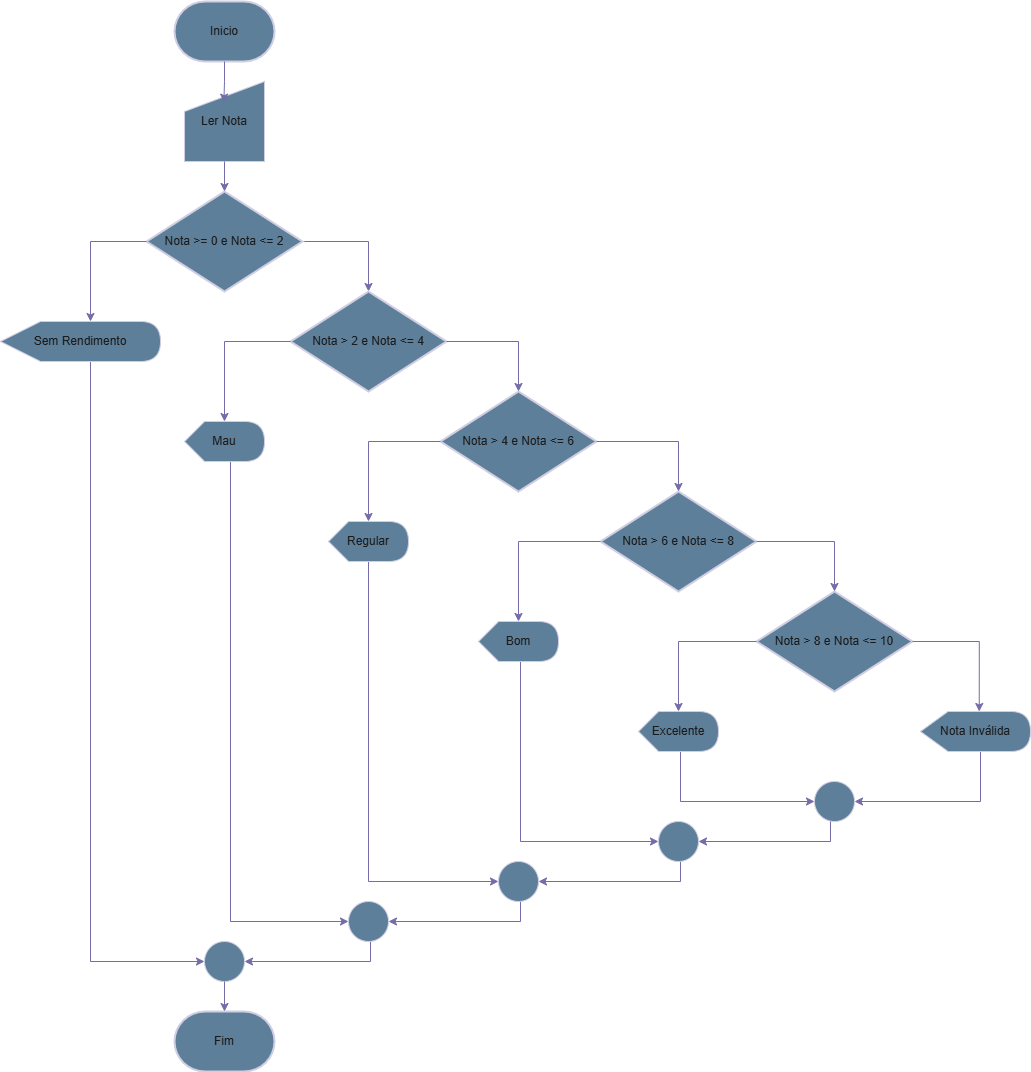
This is Diagramas/exercicios23.drawio.png from andrew-cdia/algoritmos-lista1, a draw.io export, as it was before one commit. Source tidied: cells renumbered, new cells last; positions are measured from the earlier drawing's top-left corner, leaving out a move shared by most shapes.
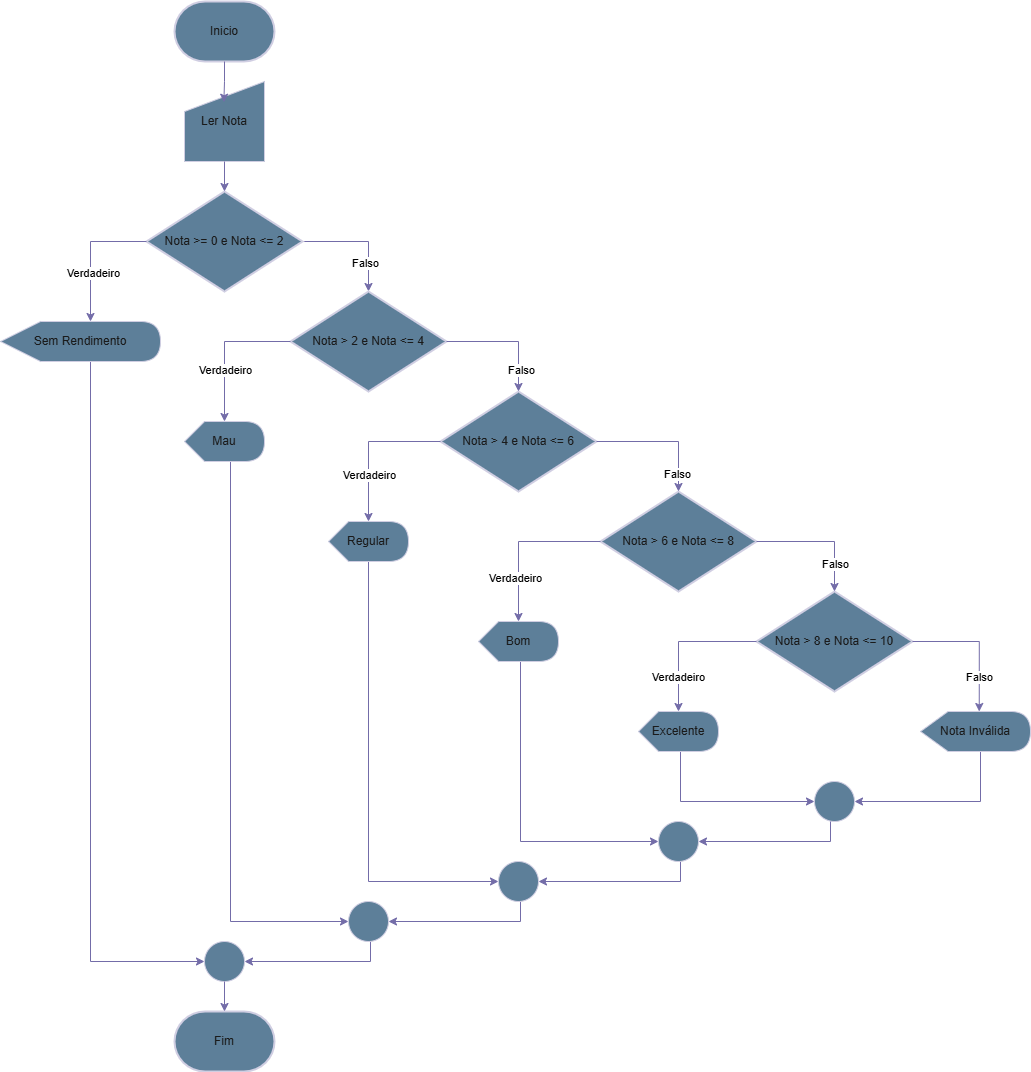
The same file after the commit.

What changed in the source:
```diff
@@ -18,6 +18,9 @@
         </Array>
       </mxGeometry>
     </mxCell>
+    <mxCell id="44" value="Falso" style="edgeLabel;html=1;align=center;verticalAlign=middle;" parent="5" vertex="1">
+      <mxGeometry x="0.5" y="-4" relative="1" as="geometry" />
+    </mxCell>
     <mxCell id="6" value="Nota &amp;gt;= 0 e Nota &amp;lt;= 2" style="strokeWidth=2;html=1;shape=mxgraph.flowchart.decision;whiteSpace=wrap;labelBackgroundColor=none;fillColor=#5D7F99;strokeColor=#D0CEE2;fontColor=#1A1A1A;" parent="1" vertex="1">
       <mxGeometry x="146" y="190" width="156" height="100" as="geometry" />
     </mxCell>
@@ -96,6 +99,9 @@
     <mxCell id="23" style="edgeStyle=orthogonalEdgeStyle;rounded=0;jettySize=auto;html=1;entryX=0;entryY=0;entryDx=40;entryDy=0;entryPerimeter=0;labelBackgroundColor=none;strokeColor=#736CA8;fontColor=default;" parent="1" edge="1" source="10" target="20">
       <mxGeometry relative="1" as="geometry" />
     </mxCell>
+    <mxCell id="45" value="Verdadeiro" style="edgeLabel;html=1;align=center;verticalAlign=middle;" parent="23" vertex="1">
+      <mxGeometry x="0.52" y="-1" relative="1" as="geometry" />
+    </mxCell>
     <mxCell id="24" style="edgeStyle=orthogonalEdgeStyle;rounded=0;jettySize=auto;html=1;entryX=0.5;entryY=0;entryDx=0;entryDy=0;entryPerimeter=0;labelBackgroundColor=none;strokeColor=#736CA8;fontColor=default;" parent="1" edge="1" source="9" target="10">
       <mxGeometry relative="1" as="geometry">
         <Array as="points">
@@ -103,9 +109,15 @@
         </Array>
       </mxGeometry>
     </mxCell>
+    <mxCell id="46" value="Falso" style="edgeLabel;html=1;align=center;verticalAlign=middle;" parent="24" vertex="1">
+      <mxGeometry x="0.56" relative="1" as="geometry" />
+    </mxCell>
     <mxCell id="25" style="edgeStyle=orthogonalEdgeStyle;rounded=0;jettySize=auto;html=1;entryX=0;entryY=0;entryDx=40;entryDy=0;entryPerimeter=0;labelBackgroundColor=none;strokeColor=#736CA8;fontColor=default;" parent="1" edge="1" source="9" target="18">
       <mxGeometry relative="1" as="geometry" />
     </mxCell>
+    <mxCell id="47" value="Verdadeiro" style="edgeLabel;html=1;align=center;verticalAlign=middle;" parent="25" vertex="1">
+      <mxGeometry x="0.46" y="-4" relative="1" as="geometry" />
+    </mxCell>
     <mxCell id="26" style="edgeStyle=orthogonalEdgeStyle;rounded=0;jettySize=auto;html=1;entryX=1;entryY=0.5;entryDx=0;entryDy=0;labelBackgroundColor=none;strokeColor=#736CA8;fontColor=default;" parent="1" edge="1" source="27" target="29">
       <mxGeometry relative="1" as="geometry">
         <Array as="points">
@@ -129,12 +141,21 @@
     <mxCell id="30" style="edgeStyle=orthogonalEdgeStyle;rounded=0;jettySize=auto;html=1;entryX=0;entryY=0;entryDx=40;entryDy=0;entryPerimeter=0;labelBackgroundColor=none;strokeColor=#736CA8;fontColor=default;" parent="1" edge="1" source="8" target="16">
       <mxGeometry relative="1" as="geometry" />
     </mxCell>
+    <mxCell id="48" value="Verdadeiro" style="edgeLabel;html=1;align=center;verticalAlign=middle;" parent="30" vertex="1">
+      <mxGeometry x="0.38" relative="1" as="geometry" />
+    </mxCell>
     <mxCell id="31" style="edgeStyle=orthogonalEdgeStyle;rounded=0;jettySize=auto;html=1;entryX=0.5;entryY=0;entryDx=0;entryDy=0;entryPerimeter=0;labelBackgroundColor=none;strokeColor=#736CA8;fontColor=default;" parent="1" edge="1" source="8" target="9">
       <mxGeometry relative="1" as="geometry" />
     </mxCell>
+    <mxCell id="49" value="Falso" style="edgeLabel;html=1;align=center;verticalAlign=middle;" parent="31" vertex="1">
+      <mxGeometry x="0.72" y="-2" relative="1" as="geometry" />
+    </mxCell>
     <mxCell id="32" style="edgeStyle=orthogonalEdgeStyle;rounded=0;jettySize=auto;html=1;entryX=0;entryY=0;entryDx=40;entryDy=0;entryPerimeter=0;labelBackgroundColor=none;strokeColor=#736CA8;fontColor=default;" parent="1" edge="1" source="7" target="14">
       <mxGeometry relative="1" as="geometry" />
     </mxCell>
+    <mxCell id="50" value="Verdadeiro" style="edgeLabel;html=1;align=center;verticalAlign=middle;" parent="32" vertex="1">
+      <mxGeometry x="0.28" relative="1" as="geometry" />
+    </mxCell>
     <mxCell id="33" style="edgeStyle=orthogonalEdgeStyle;rounded=0;jettySize=auto;html=1;entryX=0.5;entryY=0;entryDx=0;entryDy=0;entryPerimeter=0;labelBackgroundColor=none;strokeColor=#736CA8;fontColor=default;" parent="1" edge="1" source="7" target="8">
       <mxGeometry relative="1" as="geometry">
         <Array as="points">
@@ -142,6 +163,9 @@
         </Array>
       </mxGeometry>
     </mxCell>
+    <mxCell id="51" value="Falso" style="edgeLabel;html=1;align=center;verticalAlign=middle;" parent="33" vertex="1">
+      <mxGeometry x="0.64" y="2" relative="1" as="geometry" />
+    </mxCell>
     <mxCell id="34" style="edgeStyle=orthogonalEdgeStyle;rounded=0;jettySize=auto;html=1;entryX=1;entryY=0.5;entryDx=0;entryDy=0;labelBackgroundColor=none;strokeColor=#736CA8;fontColor=default;" parent="1" edge="1" source="35" target="37">
       <mxGeometry relative="1" as="geometry">
         <Array as="points">
@@ -159,6 +183,9 @@
         </Array>
       </mxGeometry>
     </mxCell>
+    <mxCell id="52" value="Verdadeiro" style="edgeLabel;html=1;align=center;verticalAlign=middle;" parent="36" vertex="1">
+      <mxGeometry x="0.28" y="2" relative="1" as="geometry" />
+    </mxCell>
     <mxCell id="37" style="ellipse;whiteSpace=wrap;html=1;labelBackgroundColor=none;fillColor=#5D7F99;strokeColor=#D0CEE2;fontColor=#1A1A1A;" parent="1" vertex="1">
       <mxGeometry x="204" y="940" width="40" height="40" as="geometry" />
     </mxCell>
@@ -181,6 +208,9 @@
     <mxCell id="42" style="edgeStyle=orthogonalEdgeStyle;rounded=0;jettySize=auto;html=1;entryX=0;entryY=0;entryDx=58.75;entryDy=0;entryPerimeter=0;labelBackgroundColor=none;strokeColor=#736CA8;fontColor=default;" parent="1" edge="1" source="10" target="41">
       <mxGeometry relative="1" as="geometry" />
     </mxCell>
+    <mxCell id="53" value="Falso" style="edgeLabel;html=1;align=center;verticalAlign=middle;" parent="42" vertex="1">
+      <mxGeometry x="0.5" relative="1" as="geometry" />
+    </mxCell>
     <mxCell id="43" style="edgeStyle=orthogonalEdgeStyle;rounded=0;jettySize=auto;html=1;entryX=0.5;entryY=0;entryDx=0;entryDy=0;entryPerimeter=0;labelBackgroundColor=none;strokeColor=#736CA8;fontColor=default;" parent="1" edge="1" source="37" target="2">
       <mxGeometry relative="1" as="geometry" />
     </mxCell>
```
